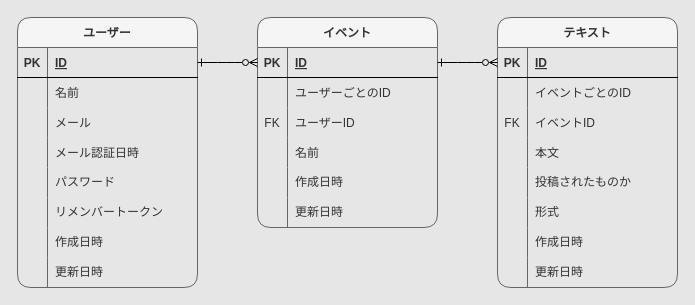
This is er.dio from takagi-takagi/quill-quest, a draw.io file, before an edit. Source tidied: cells renumbered, new cells numbered last; positions are measured from the earlier drawing's top-left corner, leaving out a move shared by most shapes. Both pictures are drawn from the tidied source at 100%, with x=0, y=0 at pixel (17, 17).
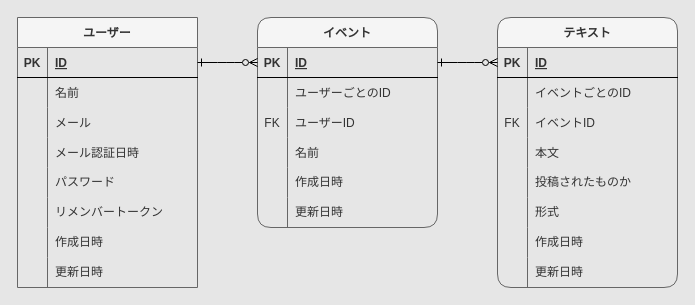
The same page after the edit.

Commit message (it also covers changes not shown here):
READMEに画像を挿入。ER図の角を修正

The edit, as a diff of the source:
```diff
@@
-    <mxCell id="2" value="ユーザー" style="shape=table;startSize=30;childLayout=tableLayout;rowLines=0;fontStyle=1;align=center;fillColor=#f5f5f5;strokeColor=#666666;fontColor=#333333;rounded=1;" parent="1" vertex="1">
+    <mxCell id="2" value="ユーザー" style="shape=table;startSize=30;childLayout=tableLayout;rowLines=0;fontStyle=1;align=center;fillColor=#f5f5f5;strokeColor=#666666;fontColor=#333333;rounded=0;" parent="1" vertex="1">
       <mxGeometry width="180" height="270" as="geometry" />
     </mxCell>
```
